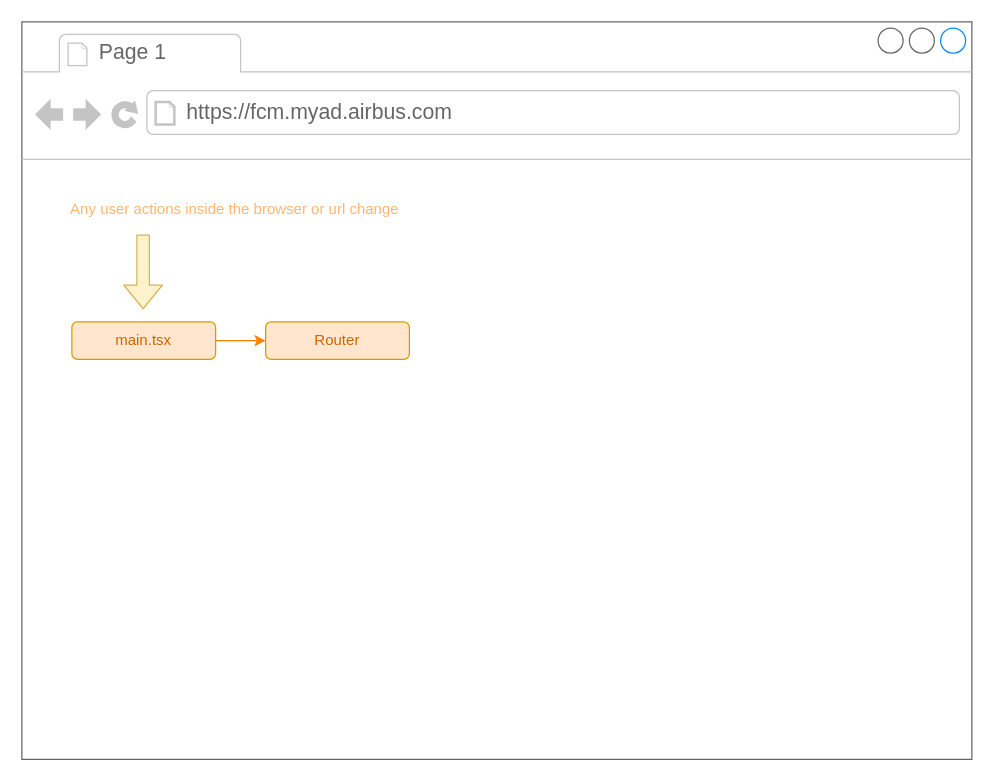
Above: FCM_Cockpit.drawio in claytonbrown/aws-drawing (draw.io), before the change. Source tidied: cells renumbered, new cells numbered last; positions are measured from the earlier drawing's top-left corner, leaving out a move shared by most shapes. Both pictures are drawn from the tidied source at 125%, with x=0, y=0 at pixel (21, 21).
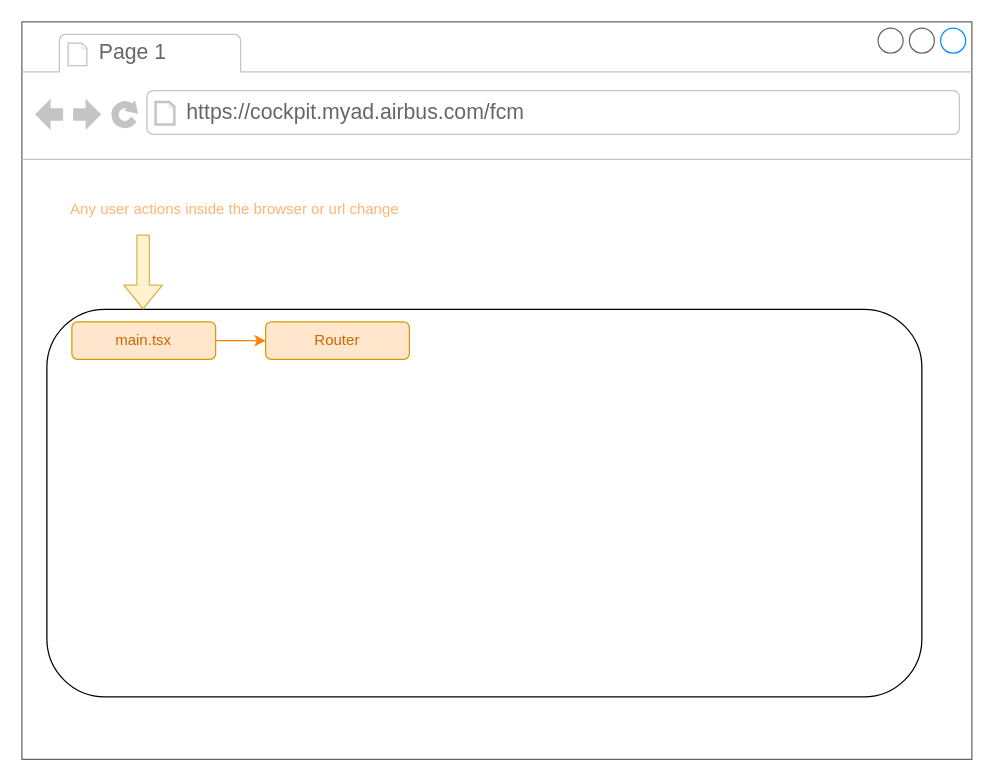
Above is the later version.

What changed in the source:
```diff
@@
 <mxGraphModel>
   <root>
     <mxCell id="0" />
     <mxCell id="1" parent="0" />
     <mxCell id="2" style="strokeWidth=1;shadow=0;dashed=0;align=center;html=1;shape=mxgraph.mockup.containers.browserWindow;rSize=0;strokeColor=#666666;strokeColor2=#008cff;strokeColor3=#c4c4c4;mainText=,;" parent="1" vertex="1">
       <mxGeometry width="760" height="590" as="geometry" />
     </mxCell>
     <mxCell id="3" value="Page 1" style="strokeWidth=1;shadow=0;dashed=0;align=center;html=1;shape=mxgraph.mockup.containers.anchor;fontSize=17;fontColor=#666666;align=left;" parent="2" vertex="1">
       <mxGeometry x="60" y="12" width="110" height="26" as="geometry" />
     </mxCell>
-    <mxCell id="4" value="https://fcm.myad.airbus.com" style="strokeWidth=1;shadow=0;dashed=0;align=center;html=1;shape=mxgraph.mockup.containers.anchor;rSize=0;fontSize=17;fontColor=#666666;align=left;" parent="2" vertex="1">
+    <mxCell id="4" value="https://cockpit.myad.airbus.com/fcm" style="strokeWidth=1;shadow=0;dashed=0;align=center;html=1;shape=mxgraph.mockup.containers.anchor;rSize=0;fontSize=17;fontColor=#666666;align=left;" parent="2" vertex="1">
       <mxGeometry x="130" y="60" width="250" height="26" as="geometry" />
     </mxCell>
     <mxCell id="5" parent="0" />
+    <mxCell id="11" style="rounded=1;whiteSpace=wrap;html=1;fontColor=#CC6600;" parent="5" vertex="1">
+      <mxGeometry x="20" y="230" width="700" height="310" as="geometry" />
+    </mxCell>
     <mxCell id="6" style="edgeStyle=orthogonalEdgeStyle;rounded=0;jettySize=auto;html=1;exitX=1;exitY=0.5;exitDx=0;exitDy=0;entryX=0;entryY=0.5;entryDx=0;entryDy=0;fontColor=#CC6600;strokeColor=#FF8000;" parent="5" edge="1" source="7" target="10">
       <mxGeometry relative="1" as="geometry" />
     </mxCell>
     <mxCell id="7" value="main.tsx" style="rounded=1;whiteSpace=wrap;html=1;fillColor=#ffe6cc;strokeColor=#d79b00;fontColor=#CC6600;" parent="5" vertex="1">
       <mxGeometry x="40" y="240" width="115" height="30" as="geometry" />
     </mxCell>
     <mxCell id="8" style="shape=flexArrow;endArrow=classic;html=1;fillColor=#fff2cc;strokeColor=#d6b656;" parent="5" edge="1">
       <mxGeometry relative="1" as="geometry">
         <mxPoint x="97" y="170" as="sourcePoint" />
         <mxPoint x="97" y="230" as="targetPoint" />
       </mxGeometry>
     </mxCell>
     <mxCell id="9" value="&lt;font color=&quot;#ffb570&quot;&gt;Any user actions inside the browser or url change&lt;/font&gt;" style="text;html=1;align=center;verticalAlign=middle;" parent="5" vertex="1">
       <mxGeometry x="30" y="140" width="280" height="20" as="geometry" />
     </mxCell>
     <mxCell id="10" value="Router" style="rounded=1;whiteSpace=wrap;html=1;fillColor=#ffe6cc;strokeColor=#d79b00;fontColor=#CC6600;" parent="5" vertex="1">
       <mxGeometry x="195" y="240" width="115" height="30" as="geometry" />
     </mxCell>
   </root>
 </mxGraphModel>
```
